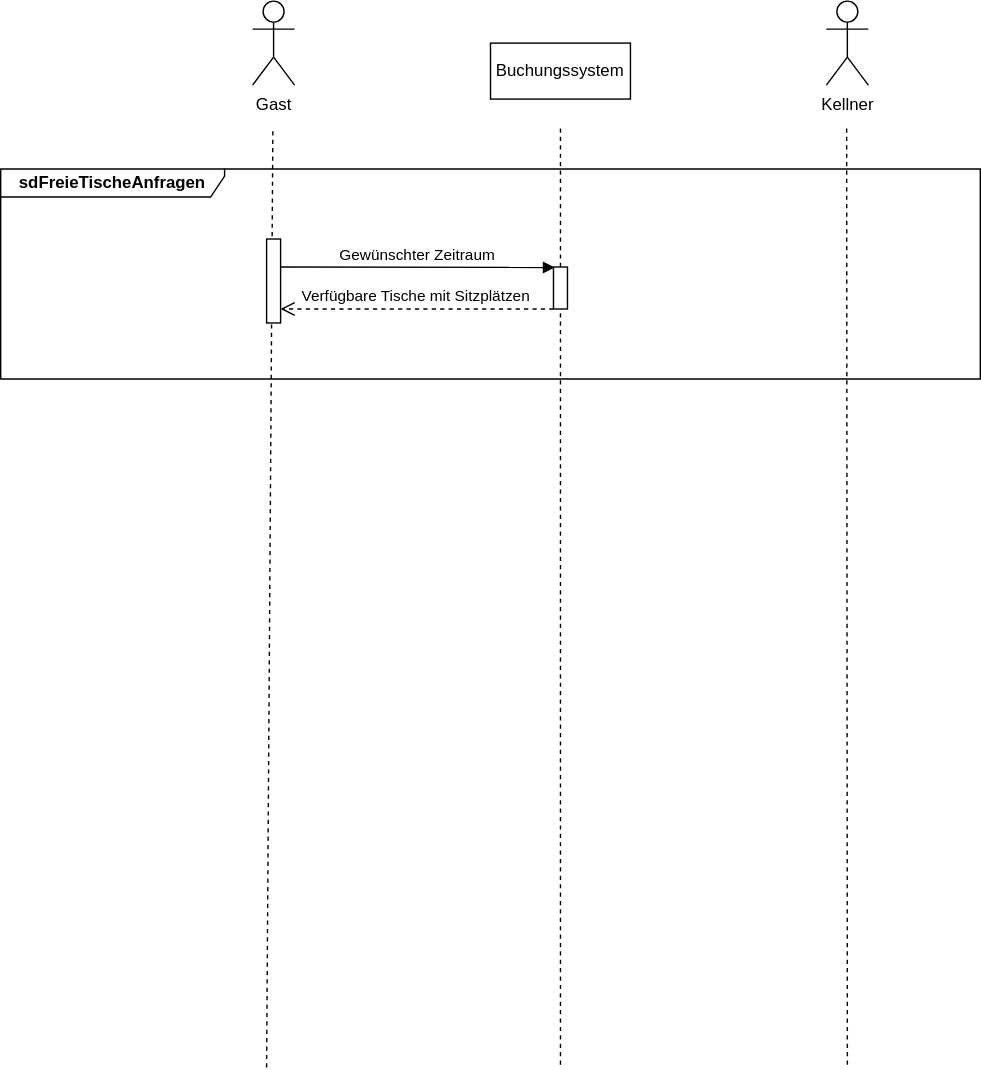
Before: diagramme/UML-Sequence.drawio.svg, a diagram exported from draw.io (FIA-GSO/tischreservierung-fabian-max). Source tidied: cells renumbered, new cells last; positions are measured from the earlier drawing's top-left corner, leaving out a move shared by most shapes. Source of this version:
```xml
<mxGraphModel>
  <root>
    <mxCell id="0" />
    <mxCell id="1" parent="0" />
    <mxCell id="2" style="group;" parent="1" vertex="1">
      <mxGeometry x="590" width="30" height="550" as="geometry" />
    </mxCell>
    <mxCell id="3" value="Kellner" style="shape=umlActor;verticalLabelPosition=bottom;verticalAlign=top;html=1;" parent="2" vertex="1">
      <mxGeometry width="30" height="60" as="geometry" />
    </mxCell>
    <mxCell id="4" style="endArrow=none;dashed=1;html=1;rounded=0;" parent="2" edge="1">
      <mxGeometry relative="1" as="geometry">
        <mxPoint x="15" y="760" as="sourcePoint" />
        <mxPoint x="14.5" y="90" as="targetPoint" />
      </mxGeometry>
    </mxCell>
    <mxCell id="5" style="group;" parent="1" vertex="1">
      <mxGeometry x="180" width="30" height="762" as="geometry" />
    </mxCell>
    <mxCell id="6" style="group;" parent="5" vertex="1">
      <mxGeometry width="30" height="550" as="geometry" />
    </mxCell>
    <mxCell id="7" value="Gast" style="shape=umlActor;verticalLabelPosition=bottom;verticalAlign=top;html=1;" parent="6" vertex="1">
      <mxGeometry width="30" height="60" as="geometry" />
    </mxCell>
    <mxCell id="8" style="endArrow=none;dashed=1;html=1;rounded=0;startArrow=none;" parent="5" edge="1">
      <mxGeometry relative="1" as="geometry">
        <mxPoint x="10" y="762" as="sourcePoint" />
        <mxPoint x="14.5" y="90" as="targetPoint" />
      </mxGeometry>
    </mxCell>
    <mxCell id="9" style="group;" parent="1" vertex="1">
      <mxGeometry x="350" y="30" width="100" height="730" as="geometry" />
    </mxCell>
    <mxCell id="10" value="Buchungssystem" style="rounded=0;whiteSpace=wrap;html=1;" parent="9" vertex="1">
      <mxGeometry width="100" height="40" as="geometry" />
    </mxCell>
    <mxCell id="11" style="endArrow=none;dashed=1;html=1;rounded=0;startArrow=none;" parent="9" edge="1">
      <mxGeometry relative="1" as="geometry">
        <mxPoint x="50" y="730" as="sourcePoint" />
        <mxPoint x="50" y="60" as="targetPoint" />
      </mxGeometry>
    </mxCell>
    <mxCell id="12" value="&lt;b&gt;sdFreieTischeAnfragen&lt;/b&gt;" style="shape=umlFrame;whiteSpace=wrap;html=1;width=160;height=20;" parent="1" vertex="1">
      <mxGeometry y="120" width="700" height="150" as="geometry" />
    </mxCell>
    <mxCell id="13" style="perimeter=orthogonalPerimeter;rounded=0;shadow=0;strokeWidth=1;" parent="1" vertex="1">
      <mxGeometry x="190" y="170" width="10" height="60" as="geometry" />
    </mxCell>
    <mxCell id="14" value="Gewünschter Zeitraum" style="verticalAlign=bottom;endArrow=block;shadow=0;strokeWidth=1;entryX=0.1;entryY=0.011;entryDx=0;entryDy=0;entryPerimeter=0;" parent="1" edge="1" target="15">
      <mxGeometry relative="1" as="geometry">
        <mxPoint x="200" y="190" as="sourcePoint" />
      </mxGeometry>
    </mxCell>
    <mxCell id="15" style="points=[];perimeter=orthogonalPerimeter;rounded=0;shadow=0;strokeWidth=1;" parent="1" vertex="1">
      <mxGeometry x="395" y="190" width="10" height="30" as="geometry" />
    </mxCell>
    <mxCell id="16" value="Verfügbare Tische mit Sitzplätzen" style="verticalAlign=bottom;endArrow=open;dashed=1;endSize=8;exitX=0;exitY=0.95;shadow=0;strokeWidth=1;" parent="1" edge="1">
      <mxGeometry relative="1" as="geometry">
        <mxPoint x="395" y="220" as="sourcePoint" />
        <mxPoint x="200" y="220" as="targetPoint" />
      </mxGeometry>
    </mxCell>
  </root>
</mxGraphModel>
```
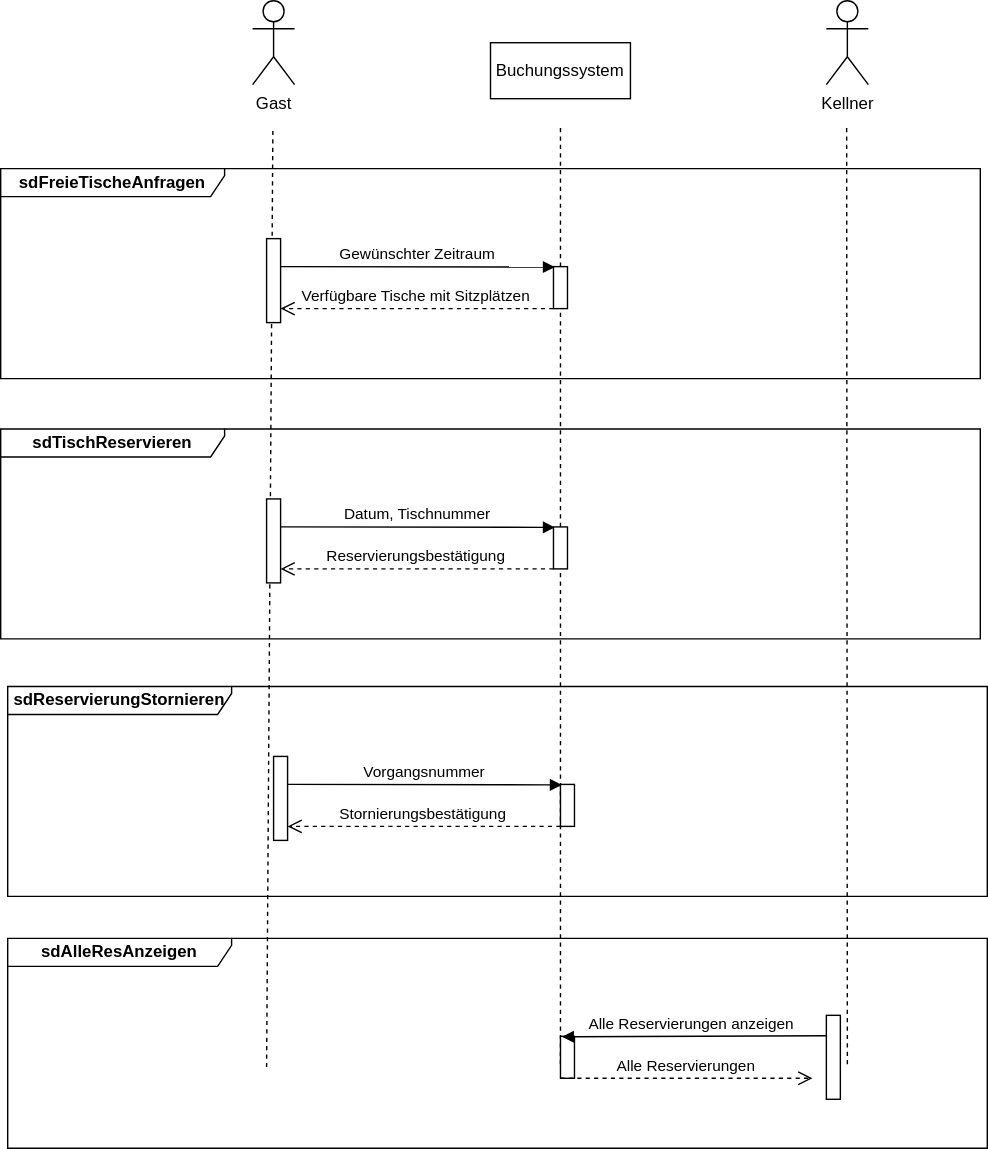
After the change.

Commit message:
Add usecases to sequenze diagramm

The edit, as a diff of the source:
```diff
@@ -30,7 +30,7 @@
       </mxGeometry>
     </mxCell>
     <mxCell id="9" style="group;" parent="1" vertex="1">
-      <mxGeometry x="350" y="30" width="100" height="730" as="geometry" />
+      <mxGeometry x="350" y="30" width="100" height="740" as="geometry" />
     </mxCell>
     <mxCell id="10" value="Buchungssystem" style="rounded=0;whiteSpace=wrap;html=1;" parent="9" vertex="1">
       <mxGeometry width="100" height="40" as="geometry" />
@@ -41,6 +41,9 @@
         <mxPoint x="50" y="60" as="targetPoint" />
       </mxGeometry>
     </mxCell>
+    <mxCell id="17" style="points=[];perimeter=orthogonalPerimeter;rounded=0;shadow=0;strokeWidth=1;" parent="9" vertex="1">
+      <mxGeometry x="50" y="710" width="10" height="30" as="geometry" />
+    </mxCell>
     <mxCell id="12" value="&lt;b&gt;sdFreieTischeAnfragen&lt;/b&gt;" style="shape=umlFrame;whiteSpace=wrap;html=1;width=160;height=20;" parent="1" vertex="1">
       <mxGeometry y="120" width="700" height="150" as="geometry" />
     </mxCell>
@@ -61,5 +64,60 @@
         <mxPoint x="200" y="220" as="targetPoint" />
       </mxGeometry>
     </mxCell>
+    <mxCell id="18" value="&lt;b&gt;sdTischReservieren&lt;/b&gt;" style="shape=umlFrame;whiteSpace=wrap;html=1;width=160;height=20;" parent="1" vertex="1">
+      <mxGeometry y="306" width="700" height="150" as="geometry" />
+    </mxCell>
+    <mxCell id="19" style="perimeter=orthogonalPerimeter;rounded=0;shadow=0;strokeWidth=1;" parent="1" vertex="1">
+      <mxGeometry x="190" y="356" width="10" height="60" as="geometry" />
+    </mxCell>
+    <mxCell id="20" value="Datum, Tischnummer" style="verticalAlign=bottom;endArrow=block;shadow=0;strokeWidth=1;entryX=0.1;entryY=0.011;entryDx=0;entryDy=0;entryPerimeter=0;" parent="1" edge="1" target="21">
+      <mxGeometry relative="1" as="geometry">
+        <mxPoint x="200" y="376" as="sourcePoint" />
+      </mxGeometry>
+    </mxCell>
+    <mxCell id="21" style="points=[];perimeter=orthogonalPerimeter;rounded=0;shadow=0;strokeWidth=1;" parent="1" vertex="1">
+      <mxGeometry x="395" y="376" width="10" height="30" as="geometry" />
+    </mxCell>
+    <mxCell id="22" value="Reservierungsbestätigung" style="verticalAlign=bottom;endArrow=open;dashed=1;endSize=8;exitX=0;exitY=0.95;shadow=0;strokeWidth=1;" parent="1" edge="1">
+      <mxGeometry relative="1" as="geometry">
+        <mxPoint x="395" y="406" as="sourcePoint" />
+        <mxPoint x="200" y="406" as="targetPoint" />
+      </mxGeometry>
+    </mxCell>
+    <mxCell id="23" value="&lt;b&gt;sdReservierungStornieren&lt;/b&gt;" style="shape=umlFrame;whiteSpace=wrap;html=1;width=160;height=20;" parent="1" vertex="1">
+      <mxGeometry x="5" y="490" width="700" height="150" as="geometry" />
+    </mxCell>
+    <mxCell id="24" style="perimeter=orthogonalPerimeter;rounded=0;shadow=0;strokeWidth=1;" parent="1" vertex="1">
+      <mxGeometry x="195" y="540" width="10" height="60" as="geometry" />
+    </mxCell>
+    <mxCell id="25" value="Vorgangsnummer" style="verticalAlign=bottom;endArrow=block;shadow=0;strokeWidth=1;entryX=0.1;entryY=0.011;entryDx=0;entryDy=0;entryPerimeter=0;" parent="1" edge="1" target="26">
+      <mxGeometry relative="1" as="geometry">
+        <mxPoint x="205" y="560" as="sourcePoint" />
+      </mxGeometry>
+    </mxCell>
+    <mxCell id="26" style="points=[];perimeter=orthogonalPerimeter;rounded=0;shadow=0;strokeWidth=1;" parent="1" vertex="1">
+      <mxGeometry x="400" y="560" width="10" height="30" as="geometry" />
+    </mxCell>
+    <mxCell id="27" value="Stornierungsbestätigung" style="verticalAlign=bottom;endArrow=open;dashed=1;endSize=8;exitX=0;exitY=0.95;shadow=0;strokeWidth=1;" parent="1" edge="1">
+      <mxGeometry relative="1" as="geometry">
+        <mxPoint x="400" y="590" as="sourcePoint" />
+        <mxPoint x="205" y="590" as="targetPoint" />
+      </mxGeometry>
+    </mxCell>
+    <mxCell id="28" value="&lt;b&gt;sdAlleResAnzeigen&lt;/b&gt;" style="shape=umlFrame;whiteSpace=wrap;html=1;width=160;height=20;" parent="1" vertex="1">
+      <mxGeometry x="5" y="670" width="700" height="150" as="geometry" />
+    </mxCell>
+    <mxCell id="29" style="points=[];perimeter=orthogonalPerimeter;rounded=0;shadow=0;strokeWidth=1;" parent="1" vertex="1">
+      <mxGeometry x="590" y="725" width="10" height="60" as="geometry" />
+    </mxCell>
+    <mxCell id="30" value="Alle Reservierungen anzeigen " style="verticalAlign=bottom;endArrow=block;shadow=0;strokeWidth=1;entryX=0.1;entryY=0.011;entryDx=0;entryDy=0;entryPerimeter=0;exitX=0.032;exitY=0.243;exitDx=0;exitDy=0;exitPerimeter=0;" parent="1" edge="1" source="29" target="17">
+      <mxGeometry relative="1" as="geometry" />
+    </mxCell>
+    <mxCell id="31" value="Alle Reservierungen" style="verticalAlign=bottom;endArrow=open;dashed=1;endSize=8;exitX=0;exitY=0.95;shadow=0;strokeWidth=1;" parent="1" edge="1">
+      <mxGeometry relative="1" as="geometry">
+        <mxPoint x="400" y="770" as="sourcePoint" />
+        <mxPoint x="580" y="770" as="targetPoint" />
+      </mxGeometry>
+    </mxCell>
   </root>
 </mxGraphModel>
```
